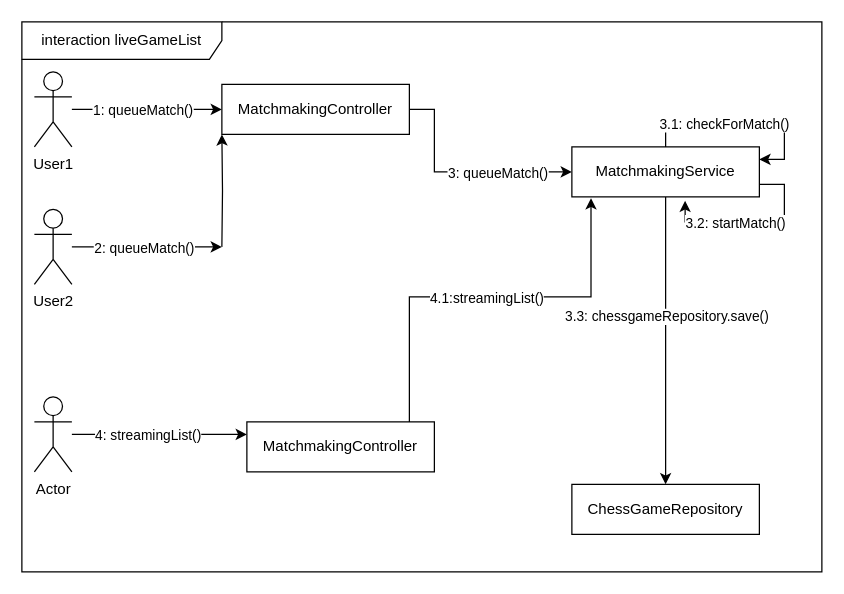
Earlier version of the draw.io diagram Projektmappe/Zyklus 3/Kommunikationsdiagramm_liveGameList.drawio (Kaan2474/ChesSEP). Source tidied: cells renumbered, new cells numbered last; positions are measured from the earlier drawing's top-left corner, leaving out a move shared by most shapes. Both pictures are drawn from the tidied source at 125%, with x=0, y=0 at pixel (21, 21).
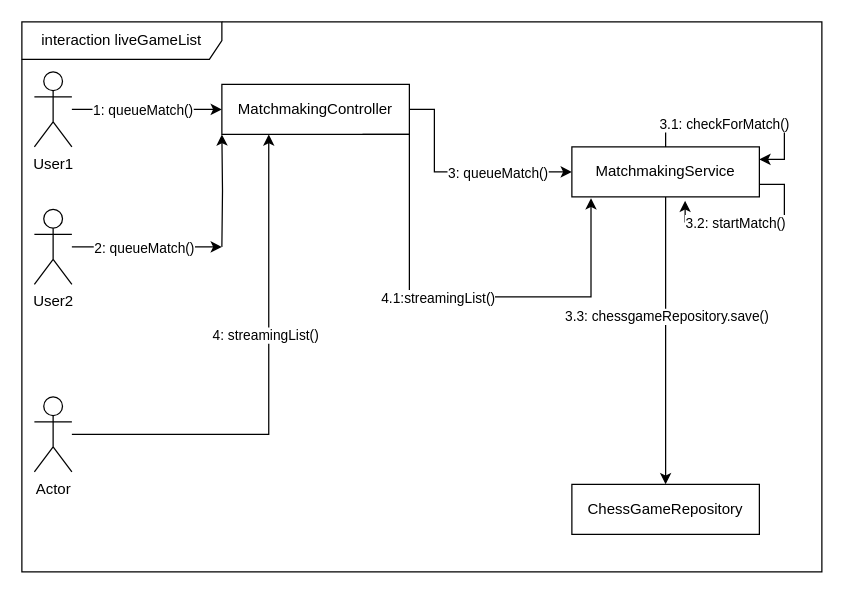
The same diagram, later.

Unchanged cells that the change refers to:
```xml
<mxCell id="2" value="interaction liveGameList" style="shape=umlFrame;whiteSpace=wrap;html=1;width=160;" parent="1" vertex="1">
  <mxGeometry width="640" height="440" as="geometry" />
</mxCell>
<mxCell id="8" value="MatchmakingController" style="fontStyle=0;html=1;whiteSpace=wrap;" parent="2" vertex="1">
  <mxGeometry x="160" y="50" width="150" height="40" as="geometry" />
</mxCell>
<mxCell id="15" value="MatchmakingService" style="fontStyle=0;html=1;whiteSpace=wrap;" parent="2" vertex="1">
  <mxGeometry x="440" y="100" width="150" height="40" as="geometry" />
</mxCell>
<mxCell id="23" value="Actor" style="shape=umlActor;verticalLabelPosition=bottom;verticalAlign=top;html=1;outlineConnect=0;" parent="2" vertex="1">
  <mxGeometry x="10" y="300" width="30" height="60" as="geometry" />
</mxCell>
```

The edit, as a diff of the source:
```diff
@@
-    <mxCell id="21" style="edgeStyle=orthogonalEdgeStyle;rounded=0;jettySize=auto;html=1;entryX=0;entryY=0.25;entryDx=0;entryDy=0;" parent="2" edge="1" source="23" target="24">
+    <mxCell id="21" style="edgeStyle=orthogonalEdgeStyle;rounded=0;jettySize=auto;html=1;entryX=0.25;entryY=1;entryDx=0;entryDy=0;" parent="2" edge="1" source="23" target="8">
       <mxGeometry relative="1" as="geometry" />
     </mxCell>
     <mxCell id="22" value="4: streamingList()" style="edgeLabel;html=1;align=center;verticalAlign=middle;" parent="21" vertex="1">
       <mxGeometry x="-0.27" y="-1" relative="1" as="geometry">
-        <mxPoint x="9" y="-1" as="offset" />
+        <mxPoint x="9" y="-81" as="offset" />
       </mxGeometry>
     </mxCell>
@@
-    <mxCell id="24" value="MatchmakingController" style="fontStyle=0;html=1;whiteSpace=wrap;" parent="2" vertex="1">
-      <mxGeometry x="180" y="320" width="150" height="40" as="geometry" />
-    </mxCell>
-    <mxCell id="25" style="edgeStyle=orthogonalEdgeStyle;rounded=0;jettySize=auto;html=1;entryX=0.102;entryY=1.025;entryDx=0;entryDy=0;entryPerimeter=0;" parent="2" edge="1" source="24" target="15">
+    <mxCell id="25" style="edgeStyle=orthogonalEdgeStyle;rounded=0;jettySize=auto;html=1;entryX=0.102;entryY=1.025;entryDx=0;entryDy=0;entryPerimeter=0;exitX=0.75;exitY=1;exitDx=0;exitDy=0;" parent="2" edge="1" source="8" target="15">
       <mxGeometry relative="1" as="geometry">
         <Array as="points">
+          <mxPoint x="310" y="90" />
           <mxPoint x="310" y="220" />
           <mxPoint x="455" y="220" />
         </Array>
       </mxGeometry>
     </mxCell>
```
